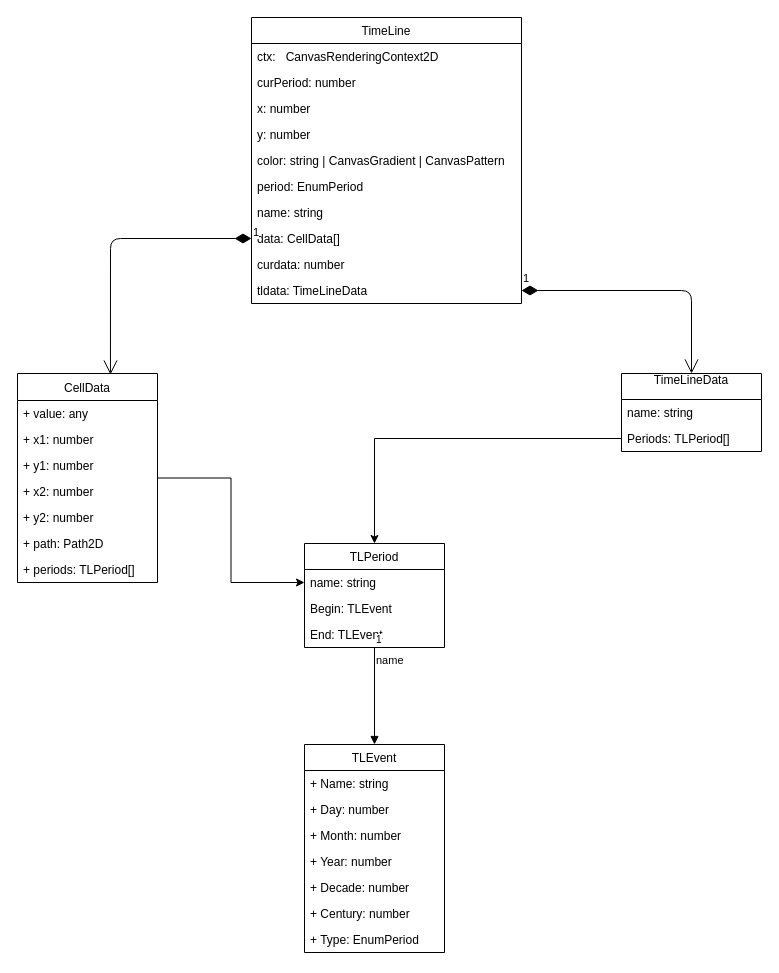
Above: TimeLineApp/tldata.drawio in saa1963/TimeLineApp (draw.io), before the change. Source tidied: cells renumbered, new cells numbered last; positions are measured from the earlier drawing's top-left corner, leaving out a move shared by most shapes. Both pictures are drawn from the tidied source at 100%, with x=0, y=0 at pixel (17, 17).
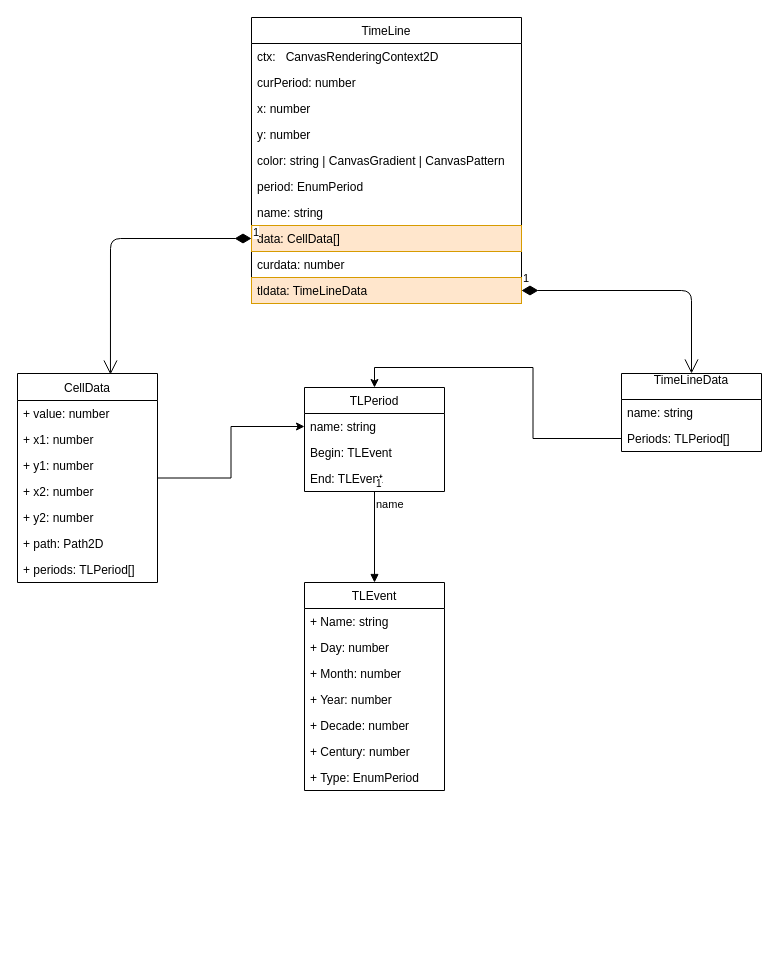
The same diagram, later.

The change refers to these unchanged cells:
```xml
<mxCell id="2" value="TimeLine" style="swimlane;fontStyle=0;horizontal=1;startSize=26;fillColor=none;" parent="1" vertex="1">
  <mxGeometry x="234" width="270" height="286" as="geometry" />
</mxCell>
<mxCell id="30" value="CellData" style="swimlane;fontStyle=0;horizontal=1;startSize=27;fillColor=none;" parent="1" vertex="1">
  <mxGeometry y="356" width="140" height="209" as="geometry" />
</mxCell>
```

Change to the diagram source:
```diff
@@
-    <mxCell id="10" value="data: CellData[]" style="text;strokeColor=none;fillColor=none;align=left;verticalAlign=top;spacingLeft=4;spacingRight=4;overflow=hidden;points=[[0,0.5],[1,0.5]];portConstraint=eastwest;" parent="2" vertex="1">
+    <mxCell id="10" value="data: CellData[]" style="text;strokeColor=#d79b00;fillColor=#ffe6cc;align=left;verticalAlign=top;spacingLeft=4;spacingRight=4;overflow=hidden;points=[[0,0.5],[1,0.5]];portConstraint=eastwest;" parent="2" vertex="1">
       <mxGeometry y="208" width="270" height="26" as="geometry" />
     </mxCell>
@@
-    <mxCell id="12" value="tldata: TimeLineData" style="text;strokeColor=none;fillColor=none;align=left;verticalAlign=top;spacingLeft=4;spacingRight=4;overflow=hidden;points=[[0,0.5],[1,0.5]];portConstraint=eastwest;" parent="2" vertex="1">
+    <mxCell id="12" value="tldata: TimeLineData" style="text;strokeColor=#d79b00;fillColor=#ffe6cc;align=left;verticalAlign=top;spacingLeft=4;spacingRight=4;overflow=hidden;points=[[0,0.5],[1,0.5]];portConstraint=eastwest;" parent="2" vertex="1">
       <mxGeometry y="260" width="270" height="26" as="geometry" />
     </mxCell>
@@
     <mxCell id="16" value="TLPeriod" style="swimlane;fontStyle=0;horizontal=1;startSize=26;fillColor=none;" parent="1" vertex="1">
-      <mxGeometry x="287" y="526" width="140" height="104" as="geometry" />
+      <mxGeometry x="287" y="370" width="140" height="104" as="geometry" />
     </mxCell>
@@
     <mxCell id="21" value="TLEvent" style="swimlane;fontStyle=0;horizontal=1;startSize=26;fillColor=none;" parent="1" vertex="1">
-      <mxGeometry x="287" y="727" width="140" height="208" as="geometry" />
+      <mxGeometry x="287" y="565" width="140" height="208" as="geometry" />
     </mxCell>
@@
-    <mxCell id="31" value="+ value: any" style="text;strokeColor=none;fillColor=none;align=left;verticalAlign=top;spacingLeft=4;spacingRight=4;overflow=hidden;" parent="30" vertex="1">
+    <mxCell id="31" value="+ value: number" style="text;strokeColor=none;fillColor=none;align=left;verticalAlign=top;spacingLeft=4;spacingRight=4;overflow=hidden;" parent="30" vertex="1">
       <mxGeometry y="27" width="140" height="26" as="geometry" />
     </mxCell>
```
